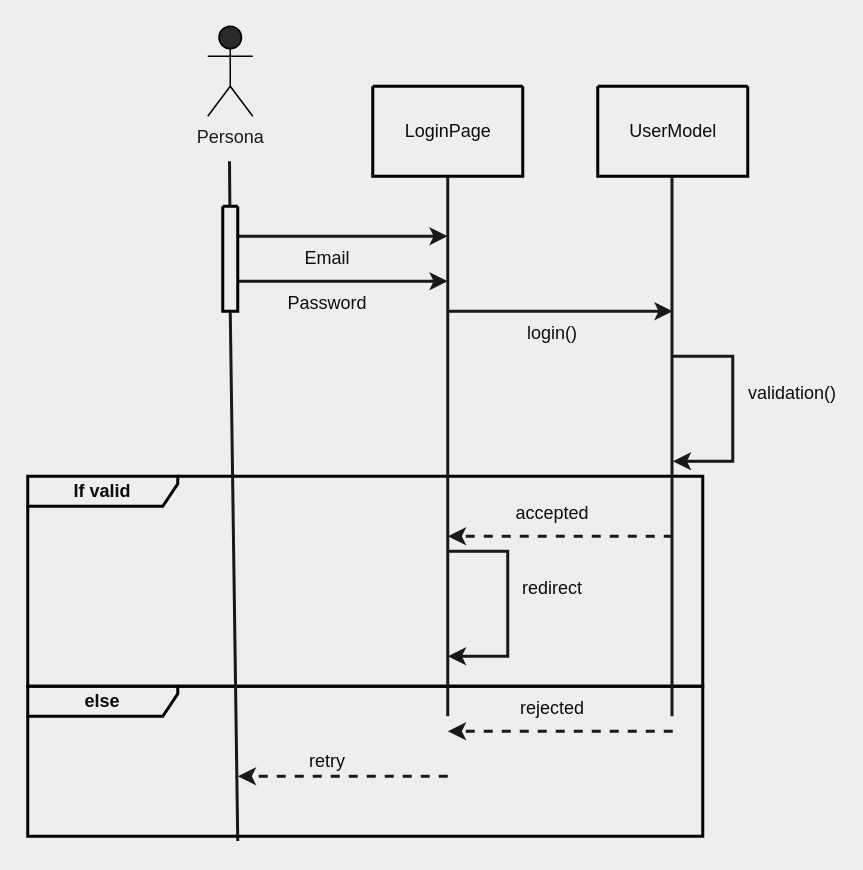
Earlier version of the draw.io diagram doc/LoginSeq.drawio (446f6e6e79/ConfiguratoreAuto). Source tidied: cells renumbered, new cells numbered last; positions are measured from the earlier drawing's top-left corner, leaving out a move shared by most shapes. Both pictures are drawn from the tidied source at 150%, with x=0, y=0 at pixel (27, 26).
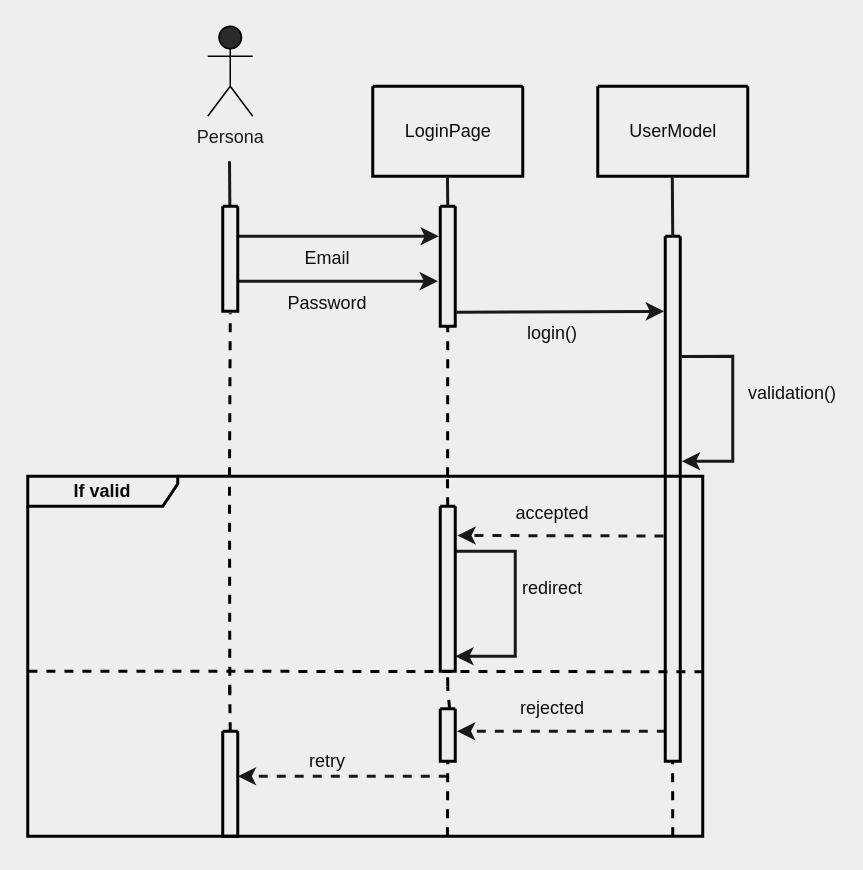
The same page after the edit.

Commit message (it also covers changes not shown here):
Sistemato sequence diagramsz

Unchanged cells that the change refers to:
```xml
<mxCell id="16" style="swimlane;startSize=0;labelBackgroundColor=none;strokeColor=#000000;strokeWidth=2;fontColor=#0D0D0D;fillColor=#2A2A2A;" parent="1" vertex="1">
  <mxGeometry x="130" y="120" width="10" height="70" as="geometry" />
</mxCell>
```

Change to the diagram source:
```diff
@@
-    <mxCell id="2" value="&lt;b&gt;else&lt;/b&gt;" style="shape=umlFrame;whiteSpace=wrap;html=1;labelBackgroundColor=none;strokeColor=#000000;strokeWidth=2;fontColor=#0D0D0D;fillColor=none;width=100;height=20;" parent="1" vertex="1">
-      <mxGeometry y="440" width="450" height="100" as="geometry" />
-    </mxCell>
     <mxCell id="3" value="&lt;b&gt;If valid&lt;/b&gt;" style="shape=umlFrame;whiteSpace=wrap;html=1;labelBackgroundColor=none;strokeColor=#000000;strokeWidth=2;fontColor=#0D0D0D;fillColor=none;width=100;height=20;" parent="1" vertex="1">
-      <mxGeometry y="300" width="450" height="140" as="geometry" />
+      <mxGeometry y="300" width="450" height="240" as="geometry" />
     </mxCell>
@@
-    <mxCell id="6" style="endArrow=none;html=1;rounded=0;fontColor=#0D0D0D;strokeColor=#191919;strokeWidth=2;" parent="1" edge="1">
-      <mxGeometry relative="1" as="geometry">
-        <mxPoint x="280" y="460" as="sourcePoint" />
-        <mxPoint x="280" y="100" as="targetPoint" />
-      </mxGeometry>
-    </mxCell>
@@
-    <mxCell id="11" style="endArrow=none;html=1;rounded=0;fontColor=#0D0D0D;strokeColor=#191919;strokeWidth=2;" parent="1" edge="1">
-      <mxGeometry relative="1" as="geometry">
-        <mxPoint x="429.5" y="460" as="sourcePoint" />
-        <mxPoint x="429.5" y="100" as="targetPoint" />
-      </mxGeometry>
-    </mxCell>
-    <mxCell id="12" style="endArrow=classic;html=1;rounded=0;strokeColor=#191919;strokeWidth=2;fontColor=#0D0D0D;" parent="1" edge="1">
+    <mxCell id="12" style="endArrow=classic;html=1;rounded=0;strokeColor=#191919;strokeWidth=2;fontColor=#0D0D0D;entryX=-0.092;entryY=0.25;entryDx=0;entryDy=0;entryPerimeter=0;" parent="1" edge="1" target="30">
       <mxGeometry relative="1" as="geometry">
         <mxPoint x="140" y="140" as="sourcePoint" />
-        <mxPoint x="280" y="140" as="targetPoint" />
       </mxGeometry>
     </mxCell>
-    <mxCell id="13" style="endArrow=classic;html=1;rounded=0;strokeColor=#191919;strokeWidth=2;fontColor=#0D0D0D;" parent="1" edge="1">
+    <mxCell id="13" style="endArrow=classic;html=1;rounded=0;strokeColor=#191919;strokeWidth=2;fontColor=#0D0D0D;entryX=-0.151;entryY=0.624;entryDx=0;entryDy=0;entryPerimeter=0;" parent="1" edge="1" target="30">
       <mxGeometry relative="1" as="geometry">
         <mxPoint x="140" y="170" as="sourcePoint" />
-        <mxPoint x="280" y="170" as="targetPoint" />
       </mxGeometry>
     </mxCell>
@@
-    <mxCell id="17" style="endArrow=classic;html=1;rounded=0;strokeColor=#191919;strokeWidth=2;fontColor=#0D0D0D;" parent="1" edge="1">
-      <mxGeometry relative="1" as="geometry">
-        <mxPoint x="280" y="190" as="sourcePoint" />
-        <mxPoint x="430" y="190" as="targetPoint" />
-      </mxGeometry>
+    <mxCell id="17" style="endArrow=classic;html=1;rounded=0;strokeColor=#191919;strokeWidth=2;fontColor=#0D0D0D;exitX=1.095;exitY=0.883;exitDx=0;exitDy=0;exitPerimeter=0;entryX=-0.081;entryY=0.143;entryDx=0;entryDy=0;entryPerimeter=0;" parent="1" edge="1" source="30" target="32">
+      <mxGeometry relative="1" as="geometry" />
     </mxCell>
@@
-    <mxCell id="19" style="endArrow=classic;html=1;rounded=0;strokeColor=#191919;strokeWidth=2;fontColor=#0D0D0D;" parent="1" edge="1">
+    <mxCell id="19" style="endArrow=classic;html=1;rounded=0;strokeColor=#191919;strokeWidth=2;fontColor=#0D0D0D;exitX=1.102;exitY=0.229;exitDx=0;exitDy=0;exitPerimeter=0;" parent="1" edge="1" source="32">
       <mxGeometry relative="1" as="geometry">
-        <mxPoint x="430" y="220" as="sourcePoint" />
-        <mxPoint x="430" y="290" as="targetPoint" />
+        <mxPoint x="436" y="290" as="targetPoint" />
         <Array as="points">
           <mxPoint x="470" y="220" />
           <mxPoint x="470" y="290" />
         </Array>
       </mxGeometry>
     </mxCell>
@@
-    <mxCell id="21" style="endArrow=none;html=1;rounded=0;strokeColor=#191919;strokeWidth=2;fontColor=#0D0D0D;entryX=0.5;entryY=1;entryDx=0;entryDy=0;" parent="1" edge="1" target="16">
-      <mxGeometry relative="1" as="geometry">
-        <mxPoint x="140" y="543.2" as="sourcePoint" />
-      </mxGeometry>
-    </mxCell>
-    <mxCell id="22" style="endArrow=classic;html=1;rounded=0;dashed=1;strokeColor=#191919;strokeWidth=2;fontColor=#0D0D0D;" parent="1" edge="1">
-      <mxGeometry relative="1" as="geometry">
-        <mxPoint x="430" y="340" as="sourcePoint" />
-        <mxPoint x="280" y="340" as="targetPoint" />
-      </mxGeometry>
+    <mxCell id="22" style="endArrow=classic;html=1;rounded=0;dashed=1;strokeColor=#191919;strokeWidth=2;fontColor=#0D0D0D;exitX=-0.12;exitY=0.571;exitDx=0;exitDy=0;exitPerimeter=0;entryX=1.141;entryY=0.177;entryDx=0;entryDy=0;entryPerimeter=0;" parent="1" edge="1" source="32" target="42">
+      <mxGeometry relative="1" as="geometry" />
     </mxCell>
@@
     <mxCell id="24" style="endArrow=classic;html=1;rounded=0;strokeColor=#191919;strokeWidth=2;fontColor=#0D0D0D;" parent="1" edge="1">
       <mxGeometry relative="1" as="geometry">
-        <mxPoint x="280" y="350" as="sourcePoint" />
-        <mxPoint x="280" y="420" as="targetPoint" />
+        <mxPoint x="285" y="350" as="sourcePoint" />
+        <mxPoint x="285" y="420" as="targetPoint" />
         <Array as="points">
-          <mxPoint x="320" y="350" />
-          <mxPoint x="320" y="420" />
+          <mxPoint x="325" y="350" />
+          <mxPoint x="325" y="420" />
         </Array>
       </mxGeometry>
     </mxCell>
@@
-    <mxCell id="26" style="endArrow=classic;html=1;rounded=0;dashed=1;strokeColor=#191919;strokeWidth=2;fontColor=#0D0D0D;" parent="1" edge="1">
-      <mxGeometry relative="1" as="geometry">
-        <mxPoint x="430" y="470" as="sourcePoint" />
-        <mxPoint x="280" y="470" as="targetPoint" />
-      </mxGeometry>
+    <mxCell id="26" style="endArrow=classic;html=1;rounded=0;dashed=1;strokeColor=#191919;strokeWidth=2;fontColor=#0D0D0D;exitX=0.039;exitY=0.943;exitDx=0;exitDy=0;exitPerimeter=0;entryX=1.111;entryY=0.428;entryDx=0;entryDy=0;entryPerimeter=0;" parent="1" edge="1" source="32" target="44">
+      <mxGeometry relative="1" as="geometry" />
     </mxCell>
@@
+    <mxCell id="30" style="swimlane;startSize=0;labelBackgroundColor=none;strokeColor=#000000;strokeWidth=2;fontColor=#0D0D0D;fillColor=#2A2A2A;" parent="1" vertex="1">
+      <mxGeometry x="275" y="120" width="10" height="80" as="geometry" />
+    </mxCell>
+    <mxCell id="31" style="endArrow=none;html=1;rounded=0;fontColor=#0D0D0D;strokeColor=#191919;strokeWidth=2;" parent="1" edge="1">
+      <mxGeometry relative="1" as="geometry">
+        <mxPoint x="280" y="120" as="sourcePoint" />
+        <mxPoint x="279.8" y="100" as="targetPoint" />
+      </mxGeometry>
+    </mxCell>
+    <mxCell id="32" style="swimlane;startSize=0;labelBackgroundColor=none;strokeColor=#000000;strokeWidth=2;fontColor=#0D0D0D;fillColor=#2A2A2A;" parent="1" vertex="1">
+      <mxGeometry x="425" y="140" width="10" height="350" as="geometry" />
+    </mxCell>
+    <mxCell id="33" style="endArrow=none;html=1;rounded=0;fontColor=#0D0D0D;strokeColor=#191919;strokeWidth=2;exitX=0.5;exitY=0;exitDx=0;exitDy=0;" parent="1" edge="1" source="32">
+      <mxGeometry relative="1" as="geometry">
+        <mxPoint x="429.7" y="100" as="targetPoint" />
+      </mxGeometry>
+    </mxCell>
+    <mxCell id="34" style="endArrow=none;dashed=1;html=1;rounded=0;entryX=0.5;entryY=1;entryDx=0;entryDy=0;exitX=0.622;exitY=0;exitDx=0;exitDy=0;exitPerimeter=0;strokeWidth=2;strokeColor=#000000;" parent="1" edge="1" source="3" target="30">
+      <mxGeometry relative="1" as="geometry" />
+    </mxCell>
+    <mxCell id="35" style="endArrow=none;dashed=1;html=1;rounded=0;entryX=0.5;entryY=1;entryDx=0;entryDy=0;strokeWidth=2;strokeColor=#000000;exitX=0.5;exitY=0;exitDx=0;exitDy=0;" parent="1" edge="1" source="42">
+      <mxGeometry relative="1" as="geometry">
+        <mxPoint x="279.8" y="300" as="targetPoint" />
+      </mxGeometry>
+    </mxCell>
+    <mxCell id="36" style="endArrow=none;dashed=1;html=1;rounded=0;entryX=0.5;entryY=1;entryDx=0;entryDy=0;exitX=0.622;exitY=0;exitDx=0;exitDy=0;exitPerimeter=0;strokeWidth=2;strokeColor=#000000;startArrow=none;" parent="1" edge="1" source="44">
+      <mxGeometry relative="1" as="geometry">
+        <mxPoint x="279.9" y="440" as="targetPoint" />
+      </mxGeometry>
+    </mxCell>
+    <mxCell id="37" style="endArrow=none;dashed=1;html=1;rounded=0;entryX=0.501;entryY=1.02;entryDx=0;entryDy=0;exitX=0.622;exitY=0;exitDx=0;exitDy=0;exitPerimeter=0;strokeWidth=2;strokeColor=#000000;entryPerimeter=0;" parent="1" edge="1" target="16">
+      <mxGeometry relative="1" as="geometry">
+        <mxPoint x="134.5" y="300" as="sourcePoint" />
+      </mxGeometry>
+    </mxCell>
+    <mxCell id="38" style="endArrow=none;dashed=1;html=1;rounded=0;entryX=0.5;entryY=1;entryDx=0;entryDy=0;strokeWidth=2;strokeColor=#000000;" parent="1" edge="1">
+      <mxGeometry relative="1" as="geometry">
+        <mxPoint x="134.7" y="445" as="sourcePoint" />
+        <mxPoint x="134.5" y="305" as="targetPoint" />
+      </mxGeometry>
+    </mxCell>
+    <mxCell id="39" style="endArrow=none;dashed=1;html=1;rounded=0;entryX=0.5;entryY=1;entryDx=0;entryDy=0;exitX=0.5;exitY=0;exitDx=0;exitDy=0;strokeWidth=2;strokeColor=#000000;startArrow=none;" parent="1" edge="1" source="40">
+      <mxGeometry relative="1" as="geometry">
+        <mxPoint x="134.6" y="440" as="targetPoint" />
+      </mxGeometry>
+    </mxCell>
+    <mxCell id="40" style="swimlane;startSize=0;labelBackgroundColor=none;strokeColor=#000000;strokeWidth=2;fontColor=#0D0D0D;fillColor=#2A2A2A;" parent="1" vertex="1">
+      <mxGeometry x="130" y="470" width="10" height="70" as="geometry" />
+    </mxCell>
+    <mxCell id="41" style="endArrow=none;dashed=1;html=1;rounded=0;entryX=0.5;entryY=1;entryDx=0;entryDy=0;exitX=0.622;exitY=0;exitDx=0;exitDy=0;exitPerimeter=0;strokeWidth=2;strokeColor=#000000;" parent="1" edge="1" target="40">
+      <mxGeometry relative="1" as="geometry">
+        <mxPoint x="134.5" y="540" as="sourcePoint" />
+      </mxGeometry>
+    </mxCell>
+    <mxCell id="42" style="swimlane;startSize=0;labelBackgroundColor=none;strokeColor=#000000;strokeWidth=2;fontColor=#0D0D0D;fillColor=#2A2A2A;" parent="1" vertex="1">
+      <mxGeometry x="275" y="320" width="10" height="110" as="geometry" />
+    </mxCell>
+    <mxCell id="43" style="endArrow=none;dashed=1;html=1;rounded=0;entryX=0.5;entryY=1;entryDx=0;entryDy=0;strokeWidth=2;strokeColor=#000000;" parent="1" edge="1">
+      <mxGeometry relative="1" as="geometry">
+        <mxPoint x="280" y="440" as="sourcePoint" />
+        <mxPoint x="279.9" y="430" as="targetPoint" />
+      </mxGeometry>
+    </mxCell>
+    <mxCell id="44" style="swimlane;startSize=0;labelBackgroundColor=none;strokeColor=#000000;strokeWidth=2;fontColor=#0D0D0D;fillColor=#2A2A2A;" parent="1" vertex="1">
+      <mxGeometry x="275" y="455" width="10" height="35" as="geometry" />
+    </mxCell>
+    <mxCell id="45" style="endArrow=none;dashed=1;html=1;rounded=0;entryX=0.5;entryY=1;entryDx=0;entryDy=0;exitX=0.622;exitY=0;exitDx=0;exitDy=0;exitPerimeter=0;strokeWidth=2;strokeColor=#000000;" parent="1" edge="1" target="44">
+      <mxGeometry relative="1" as="geometry">
+        <mxPoint x="279.8" y="540" as="sourcePoint" />
+      </mxGeometry>
+    </mxCell>
+    <mxCell id="46" style="endArrow=none;dashed=1;html=1;rounded=0;entryX=0.5;entryY=1;entryDx=0;entryDy=0;strokeWidth=2;strokeColor=#000000;" parent="1" edge="1">
+      <mxGeometry relative="1" as="geometry">
+        <mxPoint x="430" y="540" as="sourcePoint" />
+        <mxPoint x="429.9" y="490" as="targetPoint" />
+      </mxGeometry>
+    </mxCell>
+    <mxCell id="47" style="endArrow=none;dashed=1;html=1;rounded=0;strokeWidth=2;strokeColor=#000000;entryX=0.001;entryY=0.542;entryDx=0;entryDy=0;entryPerimeter=0;exitX=1.001;exitY=0.543;exitDx=0;exitDy=0;exitPerimeter=0;" parent="1" edge="1" source="3" target="3">
+      <mxGeometry relative="1" as="geometry">
+        <Array as="points">
+          <mxPoint x="80" y="430" />
+        </Array>
+      </mxGeometry>
+    </mxCell>
```
